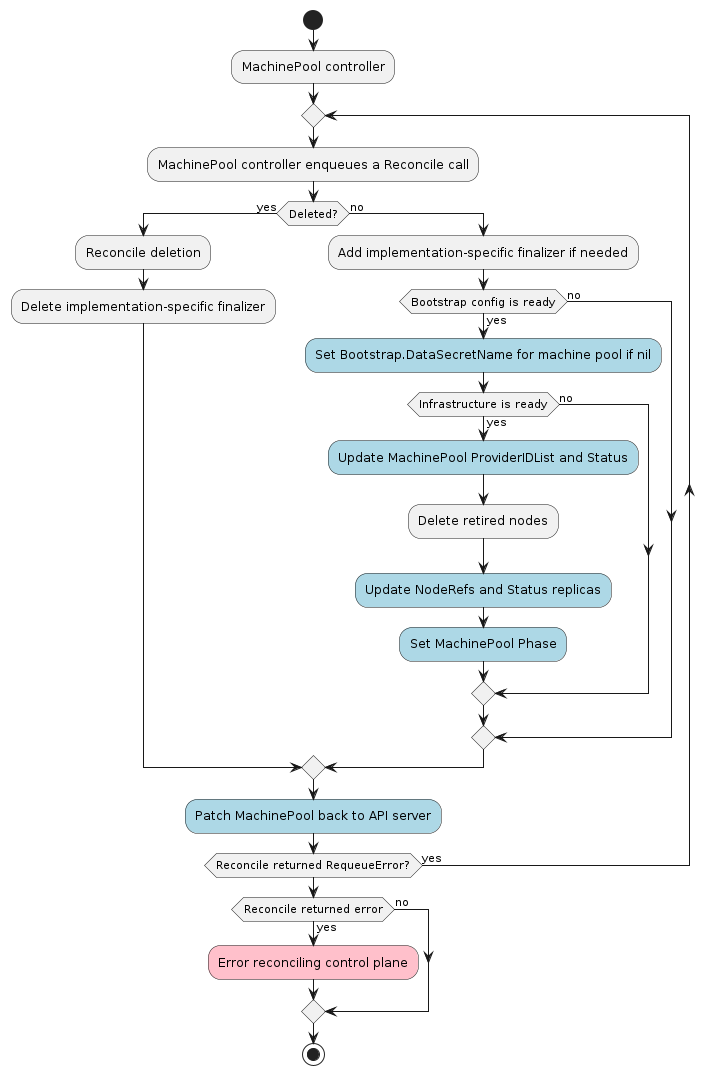
Above: docs/book/src/images/cluster-admission-machinepool-controller.png in kubernetes-sigs/cluster-api (PlantUML), before the change.
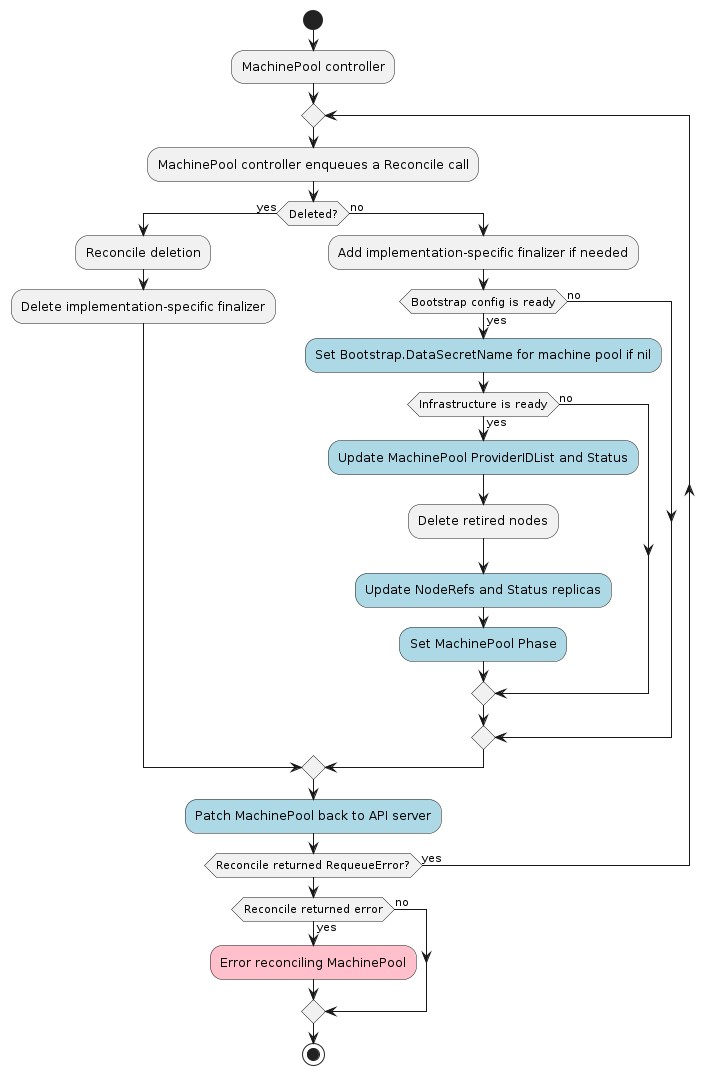
The same file after the commit.

What changed in the source:
```diff
@@ -25,7 +25,7 @@
 #LightBlue:Patch MachinePool back to API server;
 repeat while (Reconcile returned RequeueError?) is (yes)
 if (Reconcile returned error) then (yes)
-#Pink:Error reconciling control plane;
+#Pink:Error reconciling MachinePool;
 else (no)
 endif
 stop
```
